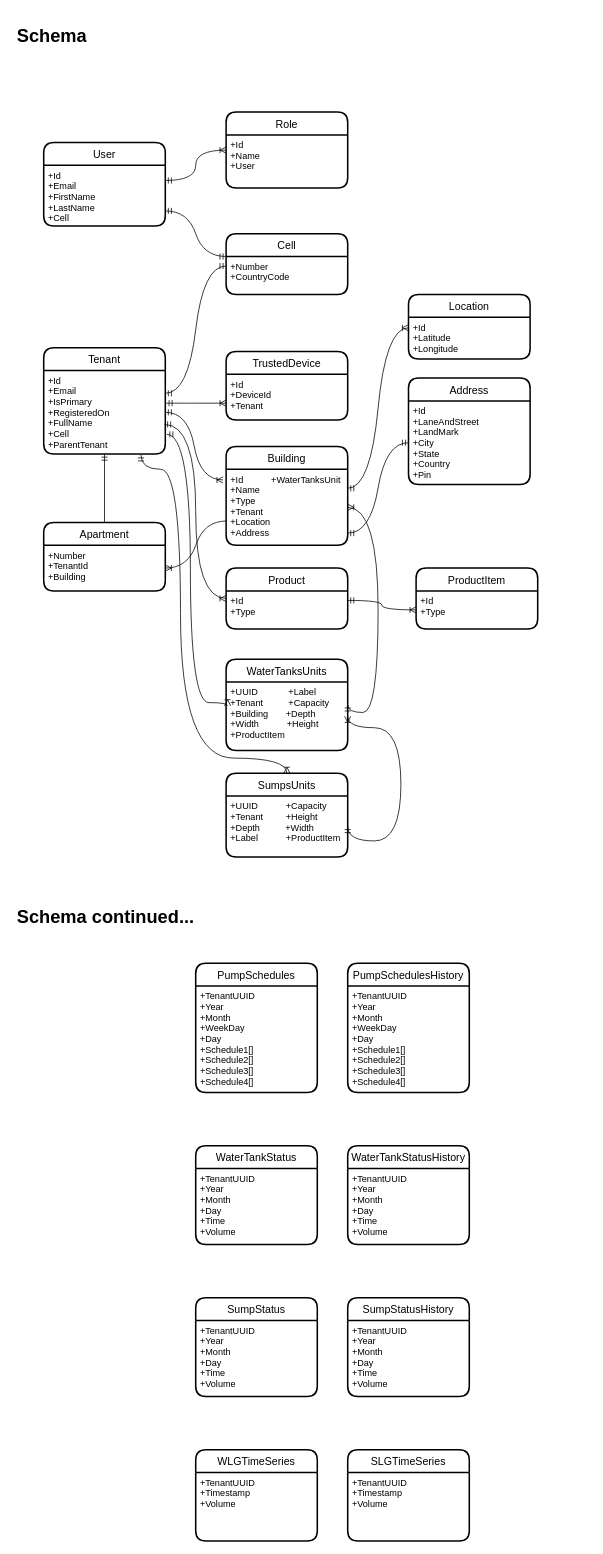
aniruddhand/ciot-capstone keeps this draw.io diagram as page "DatabaseSchema" (10 of 10) of notes/ArchitecturalDiagrams.drawio. Above is the earlier version. Source tidied: cells renumbered, new cells numbered last; positions are measured from the earlier drawing's top-left corner, leaving out a move shared by most shapes. Both pictures are drawn from the tidied source at 76%, with x=0, y=0 at pixel (13, 21).
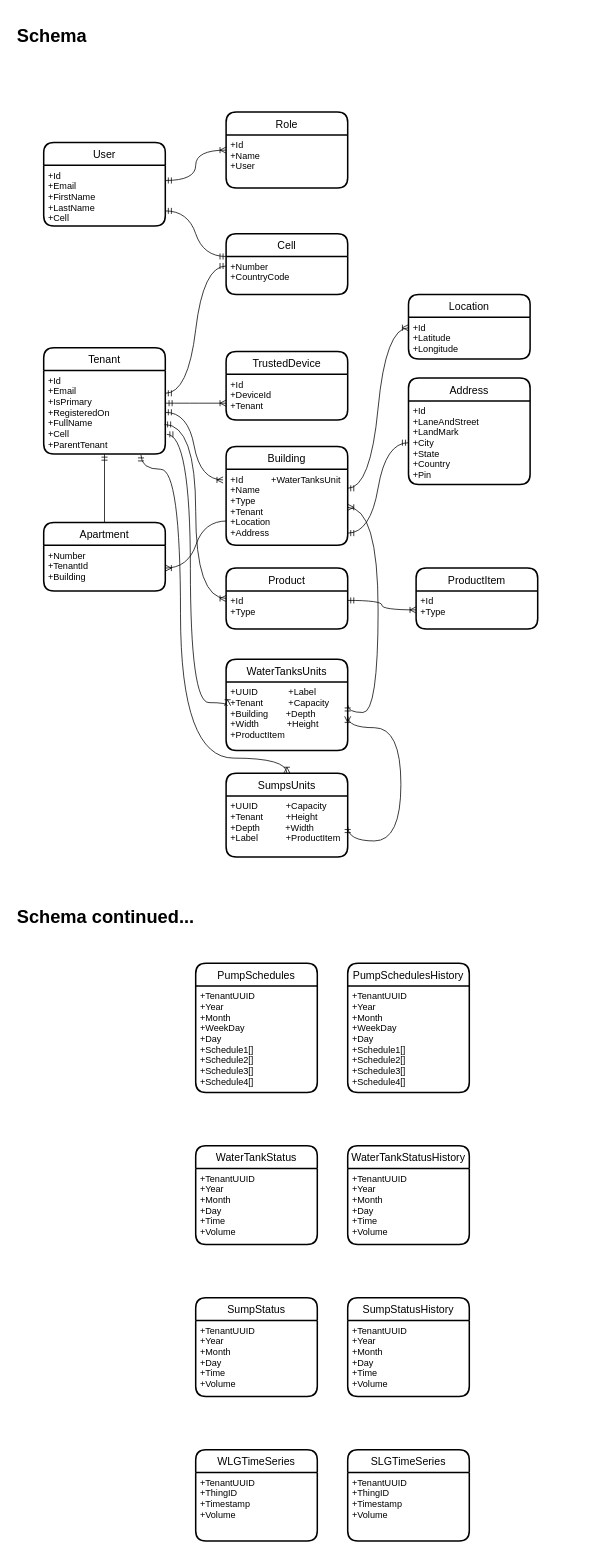
After the change.

The change refers to these unchanged cells:
```xml
<mxCell id="57" value="SLGTimeSeries" style="swimlane;horizontal=1;startSize=30;rounded=1;fontSize=14;fontStyle=0;strokeWidth=2;shadow=0;dashed=0;align=center;" parent="1" vertex="1">
  <mxGeometry x="440" y="1880" width="160" height="120" as="geometry" />
</mxCell>
<mxCell id="59" value="WLGTimeSeries" style="swimlane;horizontal=1;startSize=30;rounded=1;fontSize=14;fontStyle=0;strokeWidth=2;shadow=0;dashed=0;align=center;" parent="1" vertex="1">
  <mxGeometry x="240" y="1880" width="160" height="120" as="geometry" />
</mxCell>
```

Diff of the diagram source:
```diff
@@
-    <mxCell id="58" value="+TenantUUID&#10;+Timestamp&#10;+Volume" style="align=left;strokeColor=none;fillColor=none;spacingLeft=4;fontSize=12;verticalAlign=top;" parent="57" vertex="1">
+    <mxCell id="58" value="+TenantUUID&#10;+ThingID&#10;+Timestamp&#10;+Volume" style="align=left;strokeColor=none;fillColor=none;spacingLeft=4;fontSize=12;verticalAlign=top;" parent="57" vertex="1">
       <mxGeometry y="30" width="160" height="90" as="geometry" />
     </mxCell>
@@
-    <mxCell id="60" value="+TenantUUID&#10;+Timestamp&#10;+Volume" style="align=left;strokeColor=none;fillColor=none;spacingLeft=4;fontSize=12;verticalAlign=top;" parent="59" vertex="1">
+    <mxCell id="60" value="+TenantUUID&#10;+ThingID&#10;+Timestamp&#10;+Volume" style="align=left;strokeColor=none;fillColor=none;spacingLeft=4;fontSize=12;verticalAlign=top;" parent="59" vertex="1">
       <mxGeometry y="30" width="160" height="90" as="geometry" />
     </mxCell>
```
